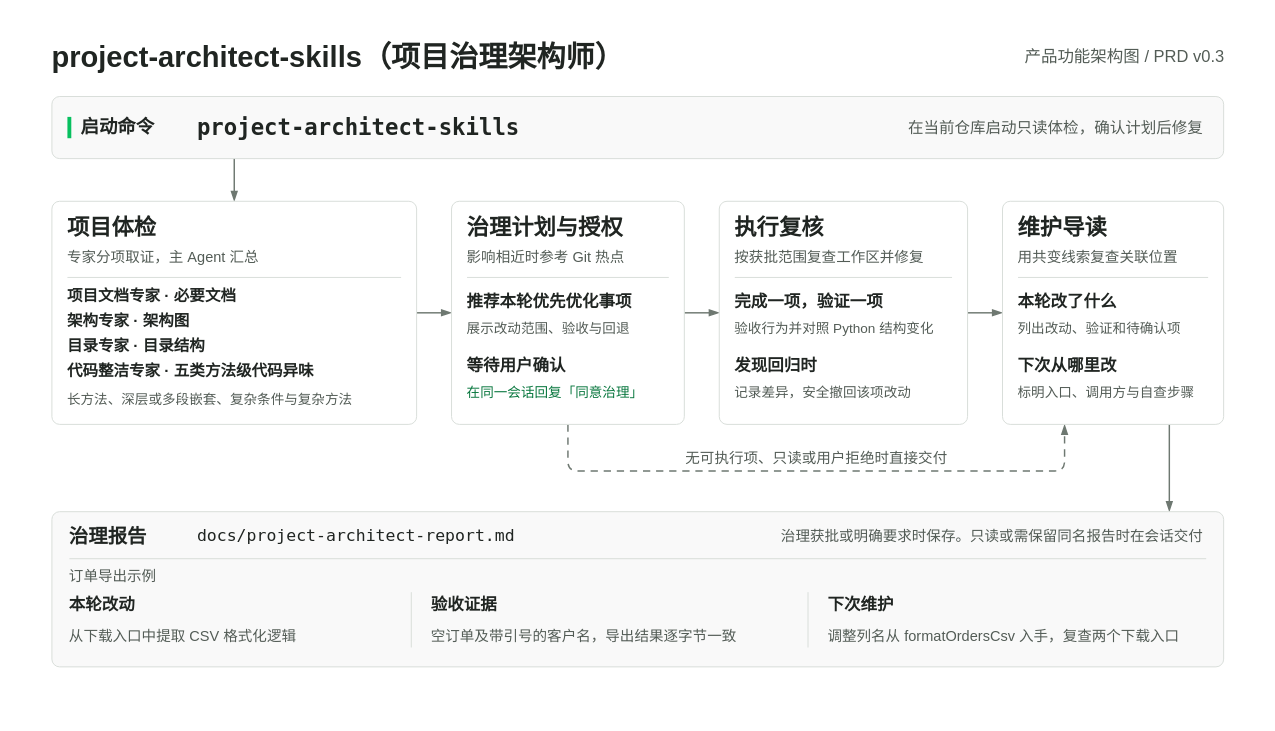
This is docs/diagrams/product-functional-architecture.drawio from cabbage2000-lab/project-architect-skills, a draw.io file, before an edit. Source tidied: cells renumbered, new cells numbered last; positions are measured from the earlier drawing's top-left corner, leaving out a move shared by most shapes. Both pictures are drawn from the tidied source at 97%, with x=0, y=0 at pixel (16, 16).
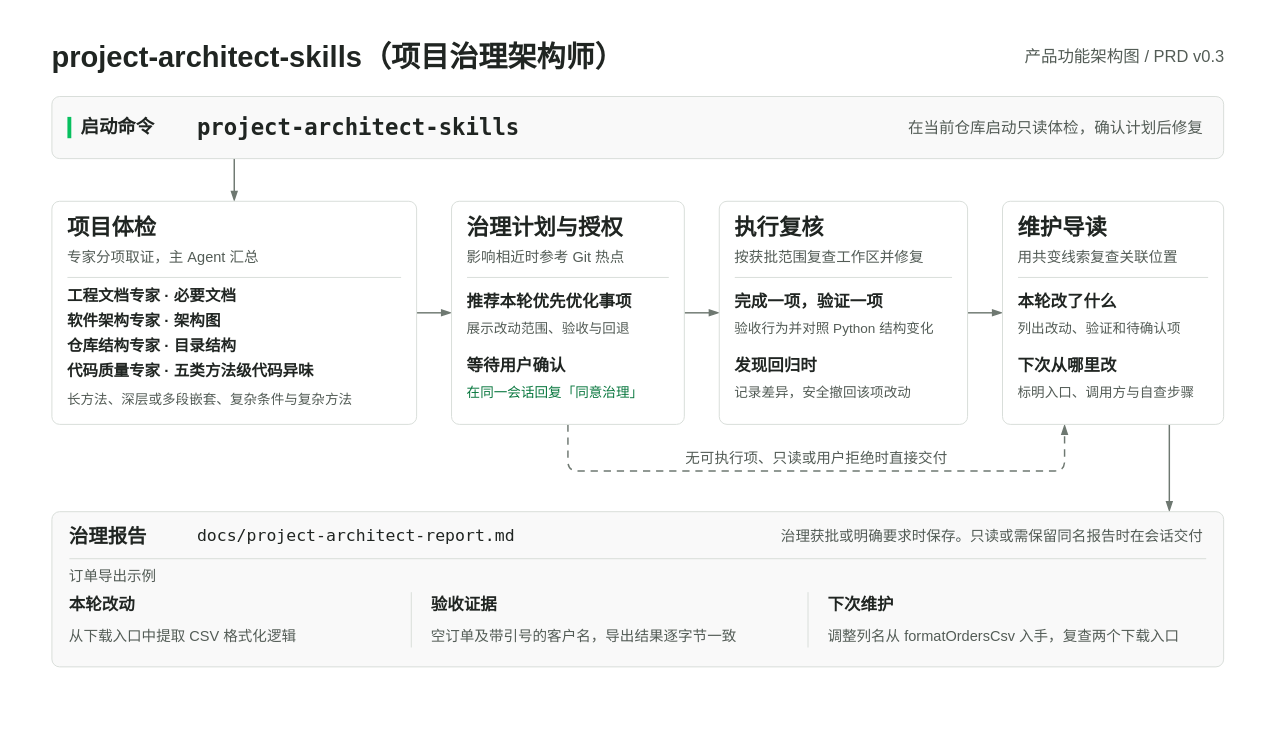
Above is the later version.

The change refers to these unchanged cells:
```xml
<mxCell id="16" style="rounded=1;absoluteArcSize=1;arcSize=16;strokeWidth=1;html=1;fillColor=#FFFFFF;strokeColor=#D8DDD9;" parent="2" vertex="1">
  <mxGeometry x="36" y="190" width="376" height="230" as="geometry" />
</mxCell>
```

Change to the diagram source:
```diff
@@
-    <mxCell id="20" value="项目文档专家 · 必要文档" style="text;html=1;whiteSpace=nowrap;fillColor=none;strokeColor=none;fontFamily=PingFang SC;fontSize=16;fontColor=#202522;fontStyle=1;align=left;verticalAlign=middle;spacing=0;spacingTop=0;spacingBottom=0;spacingLeft=0;spacingRight=0;" parent="16" vertex="1">
+    <mxCell id="20" value="工程文档专家 · 必要文档" style="text;html=1;whiteSpace=nowrap;fillColor=none;strokeColor=none;fontFamily=PingFang SC;fontSize=16;fontColor=#202522;fontStyle=1;align=left;verticalAlign=middle;spacing=0;spacingTop=0;spacingBottom=0;spacingLeft=0;spacingRight=0;" parent="16" vertex="1">
       <mxGeometry x="16" y="85" width="344" height="23" as="geometry" />
     </mxCell>
-    <mxCell id="21" value="架构专家 · 架构图" style="text;html=1;whiteSpace=nowrap;fillColor=none;strokeColor=none;fontFamily=PingFang SC;fontSize=16;fontColor=#202522;fontStyle=1;align=left;verticalAlign=middle;spacing=0;spacingTop=0;spacingBottom=0;spacingLeft=0;spacingRight=0;" parent="16" vertex="1">
+    <mxCell id="21" value="软件架构专家 · 架构图" style="text;html=1;whiteSpace=nowrap;fillColor=none;strokeColor=none;fontFamily=PingFang SC;fontSize=16;fontColor=#202522;fontStyle=1;align=left;verticalAlign=middle;spacing=0;spacingTop=0;spacingBottom=0;spacingLeft=0;spacingRight=0;" parent="16" vertex="1">
       <mxGeometry x="16" y="111" width="344" height="23" as="geometry" />
     </mxCell>
-    <mxCell id="22" value="目录专家 · 目录结构" style="text;html=1;whiteSpace=nowrap;fillColor=none;strokeColor=none;fontFamily=PingFang SC;fontSize=16;fontColor=#202522;fontStyle=1;align=left;verticalAlign=middle;spacing=0;spacingTop=0;spacingBottom=0;spacingLeft=0;spacingRight=0;" parent="16" vertex="1">
+    <mxCell id="22" value="仓库结构专家 · 目录结构" style="text;html=1;whiteSpace=nowrap;fillColor=none;strokeColor=none;fontFamily=PingFang SC;fontSize=16;fontColor=#202522;fontStyle=1;align=left;verticalAlign=middle;spacing=0;spacingTop=0;spacingBottom=0;spacingLeft=0;spacingRight=0;" parent="16" vertex="1">
       <mxGeometry x="16" y="137" width="344" height="23" as="geometry" />
     </mxCell>
-    <mxCell id="23" value="代码整洁专家 · 五类方法级代码异味" style="text;html=1;whiteSpace=nowrap;fillColor=none;strokeColor=none;fontFamily=PingFang SC;fontSize=16;fontColor=#202522;fontStyle=1;align=left;verticalAlign=middle;spacing=0;spacingTop=0;spacingBottom=0;spacingLeft=0;spacingRight=0;" parent="16" vertex="1">
+    <mxCell id="23" value="代码质量专家 · 五类方法级代码异味" style="text;html=1;whiteSpace=nowrap;fillColor=none;strokeColor=none;fontFamily=PingFang SC;fontSize=16;fontColor=#202522;fontStyle=1;align=left;verticalAlign=middle;spacing=0;spacingTop=0;spacingBottom=0;spacingLeft=0;spacingRight=0;" parent="16" vertex="1">
       <mxGeometry x="16" y="163" width="344" height="23" as="geometry" />
     </mxCell>
```
